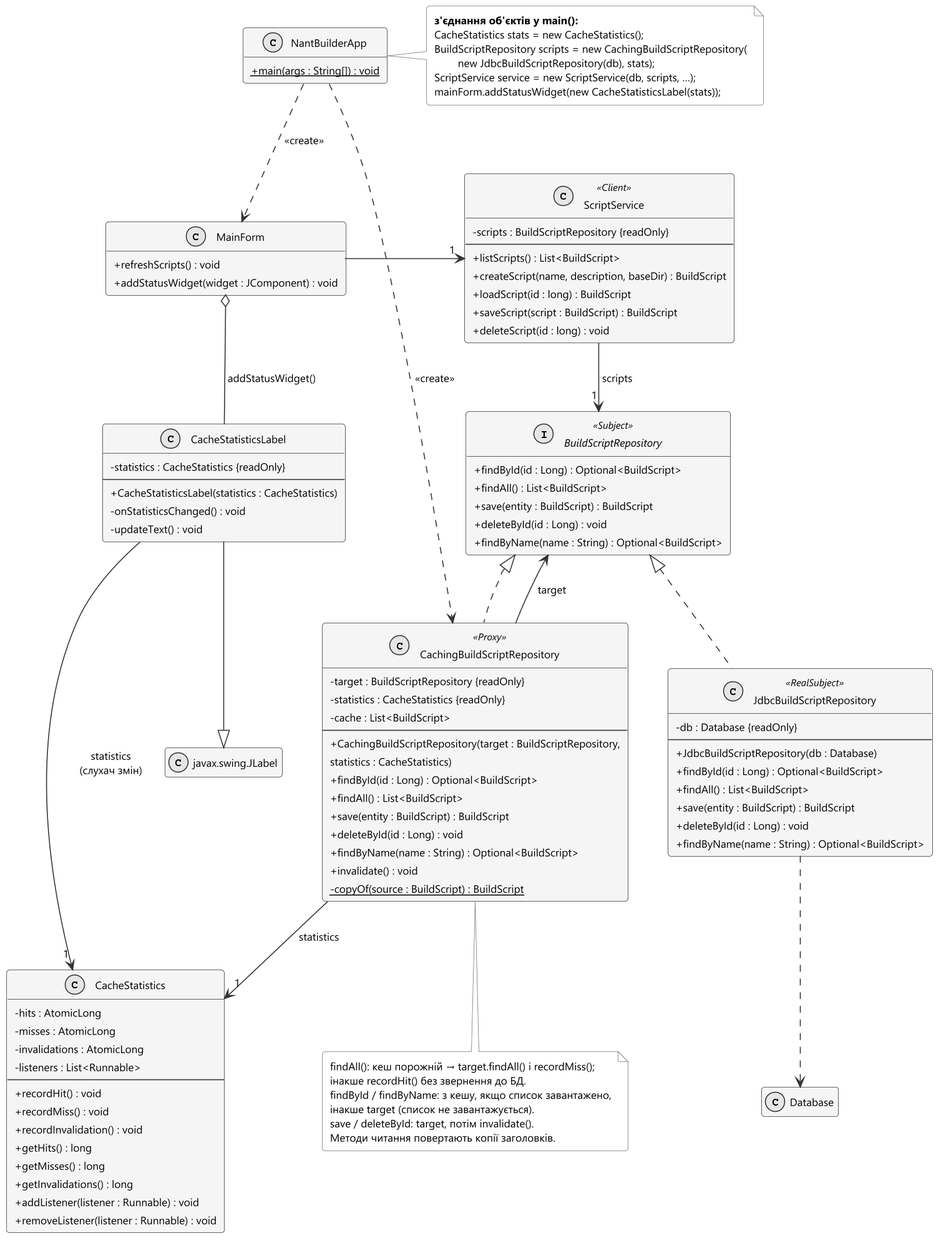
Above: docs/uml/png/12-proxy-classes.png in Sovadis/TRPZ (PlantUML), before the change. Source of this version:
```plantuml
@startuml 12-proxy-classes
!include _style.iuml
skinparam ranksep 50
skinparam nodesep 40
skinparam classAttributeIconSize 0
hide empty members
set separator none

class NantBuilderApp {
  + {static} main(args : String[]) : void
}

class MainForm {
  + refreshScripts() : void
  + addStatusWidget(widget : JComponent) : void
}

class ScriptService <<Client>> {
  - scripts : BuildScriptRepository {readOnly}
  --
  + listScripts() : List<BuildScript>
  + createScript(name, description, baseDir) : BuildScript
  + loadScript(id : long) : BuildScript
  + saveScript(script : BuildScript) : BuildScript
  + deleteScript(id : long) : void
}

interface BuildScriptRepository <<Subject>> {
  + findById(id : Long) : Optional<BuildScript>
  + findAll() : List<BuildScript>
  + save(entity : BuildScript) : BuildScript
  + deleteById(id : Long) : void
  + findByName(name : String) : Optional<BuildScript>
}

class JdbcBuildScriptRepository <<RealSubject>> {
  - db : Database {readOnly}
  --
  + JdbcBuildScriptRepository(db : Database)
  + findById(id : Long) : Optional<BuildScript>
  + findAll() : List<BuildScript>
  + save(entity : BuildScript) : BuildScript
  + deleteById(id : Long) : void
  + findByName(name : String) : Optional<BuildScript>
}

class CachingBuildScriptRepository <<Proxy>> {
  - target : BuildScriptRepository {readOnly}
  - statistics : CacheStatistics {readOnly}
  - cache : List<BuildScript>
  --
  + CachingBuildScriptRepository(target : BuildScriptRepository,
      statistics : CacheStatistics)
  + findById(id : Long) : Optional<BuildScript>
  + findAll() : List<BuildScript>
  + save(entity : BuildScript) : BuildScript
  + deleteById(id : Long) : void
  + findByName(name : String) : Optional<BuildScript>
  + invalidate() : void
  - {static} copyOf(source : BuildScript) : BuildScript
}

class CacheStatistics {
  - hits : AtomicLong
  - misses : AtomicLong
  - invalidations : AtomicLong
  - listeners : List<Runnable>
  --
  + recordHit() : void
  + recordMiss() : void
  + recordInvalidation() : void
  + getHits() : long
  + getMisses() : long
  + getInvalidations() : long
  + addListener(listener : Runnable) : void
  + removeListener(listener : Runnable) : void
}

class CacheStatisticsLabel {
  - statistics : CacheStatistics {readOnly}
  --
  + CacheStatisticsLabel(statistics : CacheStatistics)
  - onStatisticsChanged() : void
  - updateText() : void
}

class "javax.swing.JLabel" as JLabel
class Database

note right of NantBuilderApp
  <b>з'єднання об'єктів у main():</b>
  CacheStatistics stats = new CacheStatistics();
  BuildScriptRepository scripts = new CachingBuildScriptRepository(
          new JdbcBuildScriptRepository(db), stats);
  ScriptService service = new ScriptService(db, scripts, …);
  mainForm.addStatusWidget(new CacheStatisticsLabel(stats));
end note

note bottom of CachingBuildScriptRepository
  findAll(): кеш порожній → target.findAll() і recordMiss();
  інакше recordHit() без звернення до БД.
  findById / findByName: з кешу, якщо список завантажено,
  інакше target (список не завантажується).
  save / deleteById: target, потім invalidate().
  Методи читання повертають копії заголовків.
end note

ScriptService -down-> "1" BuildScriptRepository : scripts
BuildScriptRepository <|.down. JdbcBuildScriptRepository
BuildScriptRepository <|.down. CachingBuildScriptRepository
CachingBuildScriptRepository -up-> BuildScriptRepository : target
CachingBuildScriptRepository -down-> "1" CacheStatistics : statistics
JdbcBuildScriptRepository .down.> Database

MainForm -right-> "1" ScriptService
MainForm o-down- CacheStatisticsLabel : addStatusWidget()
CacheStatisticsLabel -down-|> JLabel
CacheStatisticsLabel -down-> "1" CacheStatistics : statistics\n(слухач змін)

NantBuilderApp .down.> MainForm : <<create>>
NantBuilderApp .right.> CachingBuildScriptRepository : <<create>>

@enduml
```
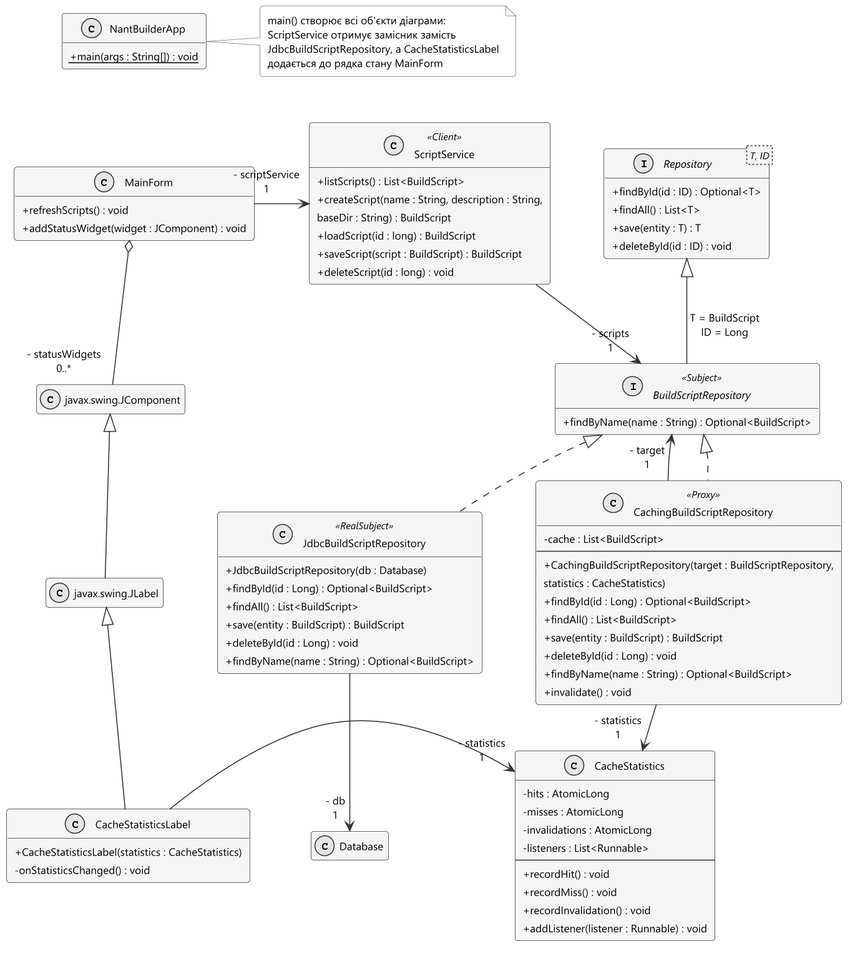
Above is the later version.

Commit message:
ЛР №4: уточнено UML-діаграми шаблону Proxy

The edit, as a diff of the source:
```diff
@@ -1,7 +1,7 @@
 @startuml 12-proxy-classes
 !include _style.iuml
-skinparam ranksep 50
-skinparam nodesep 40
+skinparam ranksep 45
+skinparam nodesep 55
 skinparam classAttributeIconSize 0
 hide empty members
 set separator none
@@ -16,26 +16,26 @@
 }
 
 class ScriptService <<Client>> {
-  - scripts : BuildScriptRepository {readOnly}
-  --
   + listScripts() : List<BuildScript>
-  + createScript(name, description, baseDir) : BuildScript
+  + createScript(name : String, description : String,
+      baseDir : String) : BuildScript
   + loadScript(id : long) : BuildScript
   + saveScript(script : BuildScript) : BuildScript
   + deleteScript(id : long) : void
 }
 
+interface "Repository<T, ID>" as Repository {
+  + findById(id : ID) : Optional<T>
+  + findAll() : List<T>
+  + save(entity : T) : T
+  + deleteById(id : ID) : void
+}
+
 interface BuildScriptRepository <<Subject>> {
-  + findById(id : Long) : Optional<BuildScript>
-  + findAll() : List<BuildScript>
-  + save(entity : BuildScript) : BuildScript
-  + deleteById(id : Long) : void
   + findByName(name : String) : Optional<BuildScript>
 }
 
 class JdbcBuildScriptRepository <<RealSubject>> {
-  - db : Database {readOnly}
-  --
   + JdbcBuildScriptRepository(db : Database)
   + findById(id : Long) : Optional<BuildScript>
   + findAll() : List<BuildScript>
@@ -45,8 +45,6 @@
 }
 
 class CachingBuildScriptRepository <<Proxy>> {
-  - target : BuildScriptRepository {readOnly}
-  - statistics : CacheStatistics {readOnly}
   - cache : List<BuildScript>
   --
   + CachingBuildScriptRepository(target : BuildScriptRepository,
@@ -57,7 +55,6 @@
   + deleteById(id : Long) : void
   + findByName(name : String) : Optional<BuildScript>
   + invalidate() : void
-  - {static} copyOf(source : BuildScript) : BuildScript
 }
 
 class CacheStatistics {
@@ -69,55 +66,40 @@
   + recordHit() : void
   + recordMiss() : void
   + recordInvalidation() : void
-  + getHits() : long
-  + getMisses() : long
-  + getInvalidations() : long
   + addListener(listener : Runnable) : void
-  + removeListener(listener : Runnable) : void
 }
 
 class CacheStatisticsLabel {
-  - statistics : CacheStatistics {readOnly}
-  --
   + CacheStatisticsLabel(statistics : CacheStatistics)
   - onStatisticsChanged() : void
-  - updateText() : void
 }
 
+class "javax.swing.JComponent" as JComponent
 class "javax.swing.JLabel" as JLabel
 class Database
 
 note right of NantBuilderApp
-  <b>з'єднання об'єктів у main():</b>
-  CacheStatistics stats = new CacheStatistics();
-  BuildScriptRepository scripts = new CachingBuildScriptRepository(
-          new JdbcBuildScriptRepository(db), stats);
-  ScriptService service = new ScriptService(db, scripts, …);
-  mainForm.addStatusWidget(new CacheStatisticsLabel(stats));
+  main() створює всі об'єкти діаграми:
+  ScriptService отримує замісник замість
+  JdbcBuildScriptRepository, а CacheStatisticsLabel
+  додається до рядка стану MainForm
 end note
 
-note bottom of CachingBuildScriptRepository
-  findAll(): кеш порожній → target.findAll() і recordMiss();
-  інакше recordHit() без звернення до БД.
-  findById / findByName: з кешу, якщо список завантажено,
-  інакше target (список не завантажується).
-  save / deleteById: target, потім invalidate().
-  Методи читання повертають копії заголовків.
-end note
+ScriptService -[hidden]right- Repository
+Repository <|-down- BuildScriptRepository : T = BuildScript\nID = Long
+ScriptService -down-> "- scripts\n1" BuildScriptRepository
+BuildScriptRepository <|.down. JdbcBuildScriptRepository
+CachingBuildScriptRepository -up-> "- target\n1" BuildScriptRepository
+BuildScriptRepository <|.down. CachingBuildScriptRepository
+JdbcBuildScriptRepository -[hidden]right- CachingBuildScriptRepository
+CachingBuildScriptRepository -down-> "- statistics\n1" CacheStatistics
+JdbcBuildScriptRepository -down-> "- db\n1" Database
 
-ScriptService -down-> "1" BuildScriptRepository : scripts
-BuildScriptRepository <|.down. JdbcBuildScriptRepository
-BuildScriptRepository <|.down. CachingBuildScriptRepository
-CachingBuildScriptRepository -up-> BuildScriptRepository : target
-CachingBuildScriptRepository -down-> "1" CacheStatistics : statistics
-JdbcBuildScriptRepository .down.> Database
-
-MainForm -right-> "1" ScriptService
-MainForm o-down- CacheStatisticsLabel : addStatusWidget()
-CacheStatisticsLabel -down-|> JLabel
-CacheStatisticsLabel -down-> "1" CacheStatistics : statistics\n(слухач змін)
-
-NantBuilderApp .down.> MainForm : <<create>>
-NantBuilderApp .right.> CachingBuildScriptRepository : <<create>>
+NantBuilderApp -[hidden]down- MainForm
+MainForm -right-> "- scriptService\n1" ScriptService
+MainForm o-down- "- statusWidgets\n0..*" JComponent
+JLabel -up-|> JComponent
+CacheStatisticsLabel -up-|> JLabel
+CacheStatisticsLabel -right-> "- statistics\n1" CacheStatistics
 
 @enduml
```
